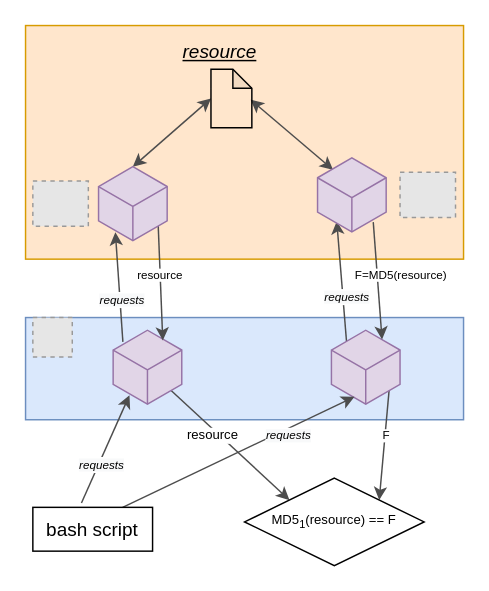
Earlier version of the draw.io diagram page "Page-11" (11 of 11) of images/images.drawio (ilsergente1993/MasterThesis). Source tidied: cells renumbered, new cells numbered last; positions are measured from the earlier drawing's top-left corner, leaving out a move shared by most shapes. Both pictures are drawn from the tidied source at 146%, with x=0, y=0 at pixel (25, 25). Pictures stored in the file or linked from it are replaced by grey dashed boxes.
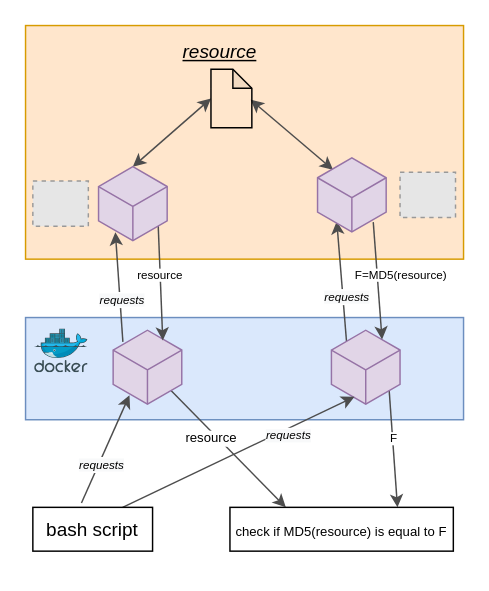
Above is the later version.

Unchanged cells that the change refers to:
```xml
<mxCell id="11" style="html=1;whiteSpace=wrap;shape=isoCube;backgroundOutline=1;strokeColor=#9673a6;strokeWidth=1;fillColor=#e1d5e7;fontSize=13;flipH=0;flipV=0;" parent="1" vertex="1">
  <mxGeometry x="60" y="208" width="47" height="52" as="geometry" />
</mxCell>
<mxCell id="16" style="html=1;whiteSpace=wrap;shape=isoCube;backgroundOutline=1;strokeColor=#9673a6;strokeWidth=1;fillColor=#e1d5e7;fontSize=13;flipH=0;flipV=0;" parent="1" vertex="1">
  <mxGeometry x="209.5" y="208" width="47" height="52" as="geometry" />
</mxCell>
```

What changed in the source:
```diff
@@
-    <mxCell id="4" style="fillColor=#E6E6E6;strokeColor=#999999;dashed=1;html=1;verticalAlign=top;verticalLabelPosition=bottom;labelBackgroundColor=#ffffff;fontSize=13;fontColor=none;" parent="1" vertex="1">
-      <mxGeometry x="5" y="200" width="27" height="27" as="geometry" />
-    </mxCell>
@@
-    <mxCell id="9" style="edgeStyle=none;rounded=0;jettySize=auto;html=1;startArrow=none;startFill=0;endArrow=classic;endFill=1;strokeColor=#4D4D4D;strokeWidth=1;fontSize=8;fontColor=none;exitX=0.825;exitY=0.791;exitDx=0;exitDy=0;exitPerimeter=0;entryX=0;entryY=0;entryDx=0;entryDy=0;" parent="1" edge="1" source="11" target="31">
+    <mxCell id="9" style="edgeStyle=none;rounded=0;jettySize=auto;html=1;startArrow=none;startFill=0;endArrow=classic;endFill=1;strokeColor=#4D4D4D;strokeWidth=1;fontSize=8;fontColor=none;exitX=0.825;exitY=0.791;exitDx=0;exitDy=0;exitPerimeter=0;entryX=0.25;entryY=0;entryDx=0;entryDy=0;" parent="1" edge="1" source="11" target="34">
       <mxGeometry relative="1" as="geometry" />
     </mxCell>
@@
-    <mxCell id="14" style="edgeStyle=none;rounded=0;jettySize=auto;html=1;entryX=1;entryY=0;entryDx=0;entryDy=0;startArrow=none;startFill=0;endArrow=classic;endFill=1;strokeColor=#4D4D4D;strokeWidth=1;fontSize=13;fontColor=none;exitX=0.841;exitY=0.798;exitDx=0;exitDy=0;exitPerimeter=0;" parent="1" edge="1" source="16" target="31">
+    <mxCell id="14" style="edgeStyle=none;rounded=0;jettySize=auto;html=1;entryX=0.75;entryY=0;entryDx=0;entryDy=0;startArrow=none;startFill=0;endArrow=classic;endFill=1;strokeColor=#4D4D4D;strokeWidth=1;fontSize=13;fontColor=none;exitX=0.841;exitY=0.798;exitDx=0;exitDy=0;exitPerimeter=0;" parent="1" edge="1" source="16" target="34">
       <mxGeometry relative="1" as="geometry" />
     </mxCell>
@@
-    <mxCell id="31" value="&lt;span style=&quot;font-size: 9px&quot;&gt;MD5&lt;sub&gt;1&lt;/sub&gt;(resource) == F&lt;/span&gt;" style="rhombus;whiteSpace=wrap;html=1;strokeColor=#000000;strokeWidth=1;fillColor=none;fontSize=8;fontColor=none;align=center;" parent="1" vertex="1">
-      <mxGeometry x="150" y="310" width="123" height="60" as="geometry" />
-    </mxCell>
@@
+    <mxCell id="34" value="&lt;span style=&quot;font-size: 9px&quot;&gt;check if MD5&lt;/span&gt;&lt;span style=&quot;font-size: 9px&quot;&gt;(resource) is equal to F&lt;/span&gt;" style="rounded=0;whiteSpace=wrap;html=1;strokeColor=#000000;strokeWidth=1;fillColor=none;fontSize=13;fontColor=none;align=center;" parent="1" vertex="1">
+      <mxGeometry x="140" y="330" width="153" height="30" as="geometry" />
+    </mxCell>
+    <mxCell id="35" style="html=1;align=center;image;fontSize=12;image=img/lib/mscae/Docker.svg;" parent="1" vertex="1">
+      <mxGeometry x="6.4" y="208" width="36.6" height="30" as="geometry" />
+    </mxCell>
```
